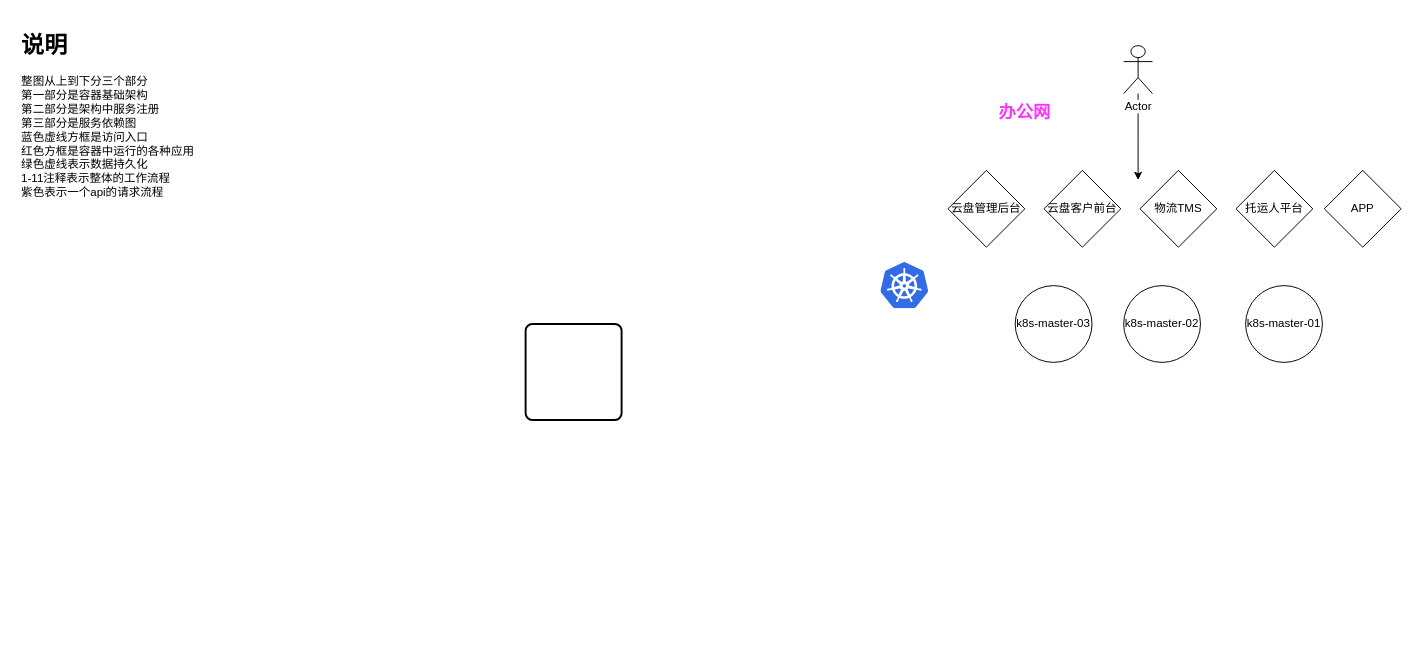
Before: 未命名表单.drawio in 786951355/blog, a draw.io diagram. Source tidied: cells renumbered, new cells numbered last; positions are measured from the earlier drawing's top-left corner, leaving out a move shared by most shapes. Both pictures are drawn from the tidied source at 96%, with x=0, y=0 at pixel (16, 26).
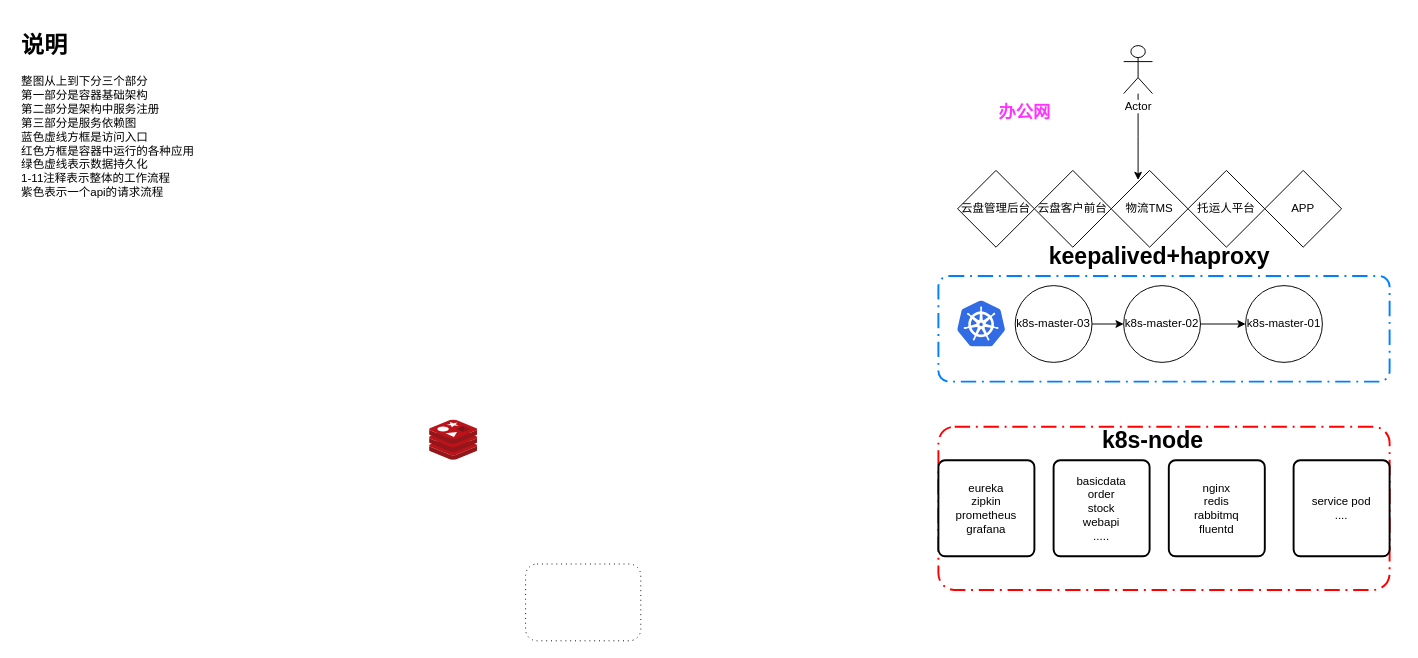
After the change.

Commit message (it also covers changes not shown here):
更新未命名表单.drawio

The change refers to these unchanged cells:
```xml
<mxCell id="11" value="k8s-master-03" style="ellipse;whiteSpace=wrap;html=1;fillColor=#FFFFFF;" parent="1" vertex="1">
  <mxGeometry x="1040" y="270" width="80" height="80" as="geometry" />
</mxCell>
<mxCell id="12" value="&lt;span style=&quot;white-space: normal&quot;&gt;k8s-master-02&lt;/span&gt;" style="ellipse;whiteSpace=wrap;html=1;fillColor=#FFFFFF;" parent="1" vertex="1">
  <mxGeometry x="1153" y="270" width="80" height="80" as="geometry" />
</mxCell>
<mxCell id="13" value="&lt;span style=&quot;white-space: normal&quot;&gt;k8s-master-01&lt;/span&gt;" style="ellipse;whiteSpace=wrap;html=1;fillColor=#FFFFFF;" parent="1" vertex="1">
  <mxGeometry x="1280" y="270" width="80" height="80" as="geometry" />
</mxCell>
```

The edit, as a diff of the source:
```diff
@@
+    <mxCell id="16" style="rounded=1;arcSize=10;dashed=1;strokeColor=#FF0000;fillColor=none;gradientColor=none;dashPattern=8 3 1 3;strokeWidth=2;shadow=0;" parent="1" vertex="1">
+      <mxGeometry x="960" y="417" width="470" height="170" as="geometry" />
+    </mxCell>
+    <mxCell id="17" style="rounded=1;arcSize=10;dashed=1;strokeColor=#007FFF;fillColor=none;gradientColor=none;dashPattern=8 3 1 3;strokeWidth=2;shadow=0;" parent="1" vertex="1">
+      <mxGeometry x="960" y="260" width="470" height="110" as="geometry" />
+    </mxCell>
@@
     <mxCell id="4" value="云盘管理后台" style="rhombus;whiteSpace=wrap;html=1;" parent="1" vertex="1">
-      <mxGeometry x="970" y="150" width="80" height="80" as="geometry" />
+      <mxGeometry x="980" y="150" width="80" height="80" as="geometry" />
     </mxCell>
     <mxCell id="5" value="云盘客户前台" style="rhombus;whiteSpace=wrap;html=1;" parent="1" vertex="1">
-      <mxGeometry x="1070" y="150" width="80" height="80" as="geometry" />
+      <mxGeometry x="1060" y="150" width="80" height="80" as="geometry" />
     </mxCell>
     <mxCell id="6" value="物流TMS" style="rhombus;whiteSpace=wrap;html=1;" parent="1" vertex="1">
-      <mxGeometry x="1170" y="150" width="80" height="80" as="geometry" />
+      <mxGeometry x="1140" y="150" width="80" height="80" as="geometry" />
     </mxCell>
     <mxCell id="7" value="托运人平台" style="rhombus;whiteSpace=wrap;html=1;" parent="1" vertex="1">
-      <mxGeometry x="1270" y="150" width="80" height="80" as="geometry" />
+      <mxGeometry x="1220" y="150" width="80" height="80" as="geometry" />
     </mxCell>
@@
     <mxCell id="10" value="APP" style="rhombus;whiteSpace=wrap;html=1;" parent="1" vertex="1">
-      <mxGeometry x="1362" y="150" width="80" height="80" as="geometry" />
+      <mxGeometry x="1300" y="150" width="80" height="80" as="geometry" />
     </mxCell>
+    <mxCell id="18" style="edgeStyle=orthogonalEdgeStyle;rounded=0;jettySize=auto;html=1;exitX=1;exitY=0.5;exitDx=0;exitDy=0;entryX=0;entryY=0.5;entryDx=0;entryDy=0;" parent="1" edge="1" source="11" target="12">
+      <mxGeometry relative="1" as="geometry" />
+    </mxCell>
@@
+    <mxCell id="19" style="edgeStyle=orthogonalEdgeStyle;rounded=0;jettySize=auto;html=1;exitX=1;exitY=0.5;exitDx=0;exitDy=0;entryX=0;entryY=0.5;entryDx=0;entryDy=0;" parent="1" edge="1" source="12" target="13">
+      <mxGeometry relative="1" as="geometry" />
+    </mxCell>
@@
     <mxCell id="14" style="html=1;align=center;image;fontSize=12;image=img/lib/mscae/Kubernetes.svg;shadow=0;fillColor=#FFFFFF;" parent="1" vertex="1">
-      <mxGeometry x="900" y="246" width="50" height="48" as="geometry" />
+      <mxGeometry x="980" y="286" width="50" height="48" as="geometry" />
     </mxCell>
-    <mxCell id="15" style="rounded=1;whiteSpace=wrap;html=1;absoluteArcSize=1;arcSize=14;strokeWidth=2;shadow=0;fillColor=#FFFFFF;" parent="1" vertex="1">
-      <mxGeometry x="530" y="310" width="100" height="100" as="geometry" />
+    <mxCell id="15" value="eureka&lt;br&gt;zipkin&lt;br&gt;prometheus&lt;br&gt;grafana" style="rounded=1;whiteSpace=wrap;html=1;absoluteArcSize=1;arcSize=14;strokeWidth=2;shadow=0;fillColor=#FFFFFF;" parent="1" vertex="1">
+      <mxGeometry x="960" y="452" width="100" height="100" as="geometry" />
     </mxCell>
+    <mxCell id="20" style="html=1;align=center;image;fontSize=12;image=img/lib/mscae/Cache_Redis_Product.svg;shadow=0;fillColor=#FFFFFF;" parent="1" vertex="1">
+      <mxGeometry x="430" y="410" width="50" height="42" as="geometry" />
+    </mxCell>
+    <mxCell id="21" style="shape=ext;rounded=1;html=1;whiteSpace=wrap;dashed=1;dashPattern=1 4;shadow=0;fillColor=#FFFFFF;" parent="1" vertex="1">
+      <mxGeometry x="530" y="560" width="120" height="80" as="geometry" />
+    </mxCell>
+    <mxCell id="22" value="keepalived+haproxy" style="text;strokeColor=none;fillColor=none;html=1;fontSize=24;fontStyle=1;verticalAlign=middle;align=center;shadow=0;" parent="1" vertex="1">
+      <mxGeometry x="1140" y="220" width="100" height="40" as="geometry" />
+    </mxCell>
+    <mxCell id="23" value="nginx&lt;br&gt;redis&lt;br&gt;rabbitmq&lt;br&gt;fluentd" style="rounded=1;whiteSpace=wrap;html=1;absoluteArcSize=1;arcSize=14;strokeWidth=2;shadow=0;fillColor=#FFFFFF;" parent="1" vertex="1">
+      <mxGeometry x="1200" y="452" width="100" height="100" as="geometry" />
+    </mxCell>
+    <mxCell id="24" value="service pod&lt;br&gt;...." style="rounded=1;whiteSpace=wrap;html=1;absoluteArcSize=1;arcSize=14;strokeWidth=2;shadow=0;fillColor=#FFFFFF;" parent="1" vertex="1">
+      <mxGeometry x="1330" y="452" width="100" height="100" as="geometry" />
+    </mxCell>
+    <mxCell id="25" value="basicdata&lt;br&gt;order&lt;br&gt;stock&lt;br&gt;webapi&lt;br&gt;....." style="rounded=1;whiteSpace=wrap;html=1;absoluteArcSize=1;arcSize=14;strokeWidth=2;shadow=0;fillColor=#FFFFFF;" parent="1" vertex="1">
+      <mxGeometry x="1080" y="452" width="100" height="100" as="geometry" />
+    </mxCell>
+    <mxCell id="26" value="k8s-node" style="text;strokeColor=none;fillColor=none;html=1;fontSize=24;fontStyle=1;verticalAlign=middle;align=center;shadow=0;" parent="1" vertex="1">
+      <mxGeometry x="1133" y="412" width="100" height="40" as="geometry" />
+    </mxCell>
```
